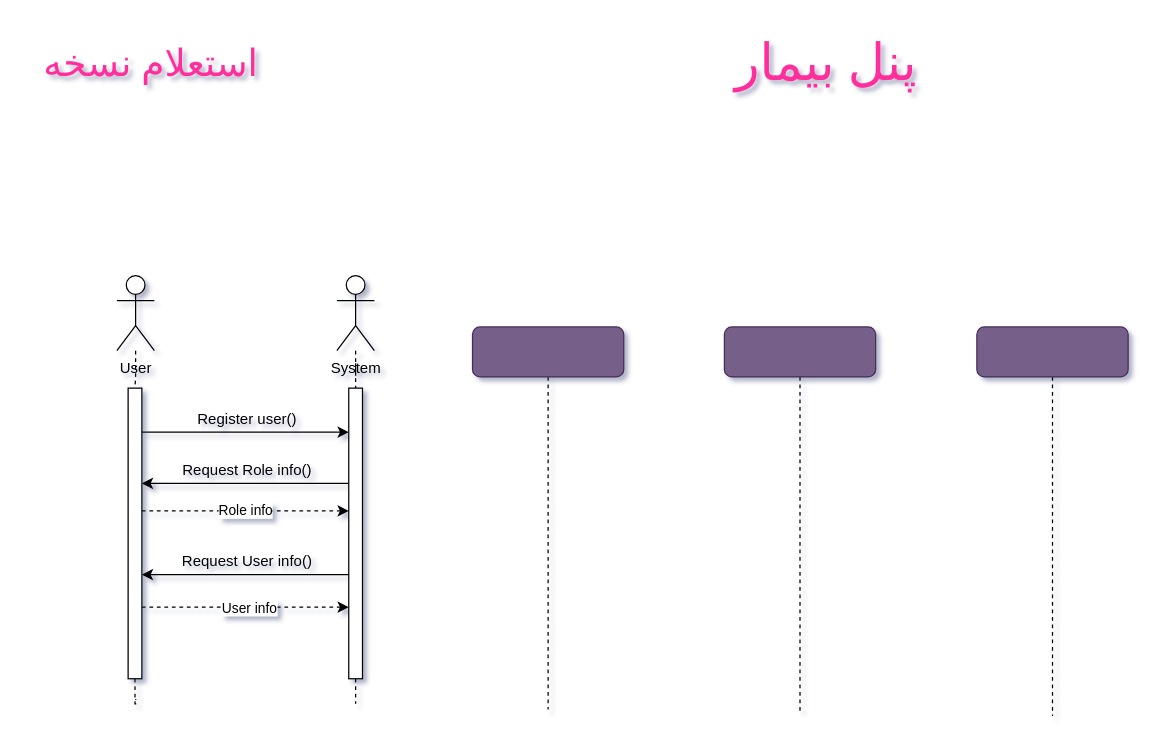
Earlier version of the draw.io diagram page "استعلام نسخه" (12 of 20) of Sequence Diagram/SequenceDiagram.drawio (Matinrezaei/Software-Lab). Source tidied: cells renumbered, new cells numbered last; positions are measured from the earlier drawing's top-left corner, leaving out a move shared by most shapes. Both pictures are drawn from the tidied source at 125%, with x=0, y=0 at pixel (21, 21).
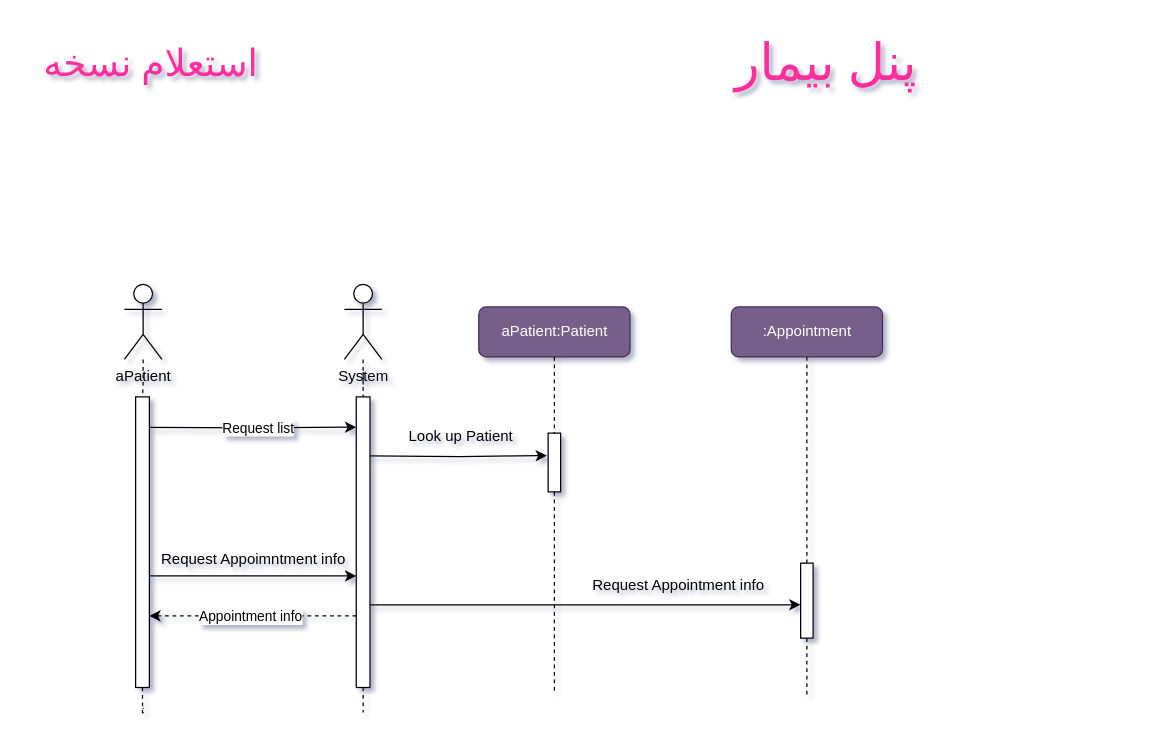
After the change.

The edit, as a diff of the source:
```diff
@@
-    <mxCell id="4" style="edgeStyle=orthogonalEdgeStyle;rounded=0;jettySize=auto;html=1;dashed=1;endArrow=none;endFill=0;" parent="1" edge="1" source="13">
-      <mxGeometry relative="1" as="geometry">
-        <mxPoint x="91" y="541.8" as="targetPoint" />
-      </mxGeometry>
-    </mxCell>
-    <mxCell id="5" value="User" style="shape=umlActor;verticalLabelPosition=bottom;verticalAlign=top;html=1;outlineConnect=0;" parent="1" vertex="1">
-      <mxGeometry x="76" y="203" width="30" height="60" as="geometry" />
-    </mxCell>
-    <mxCell id="6" style="edgeStyle=orthogonalEdgeStyle;rounded=0;jettySize=auto;html=1;dashed=1;endArrow=none;endFill=0;" parent="1" edge="1" source="16">
-      <mxGeometry relative="1" as="geometry">
-        <mxPoint x="267" y="542.2" as="targetPoint" />
-      </mxGeometry>
-    </mxCell>
+    <mxCell id="27" style="edgeStyle=orthogonalEdgeStyle;rounded=0;jettySize=auto;html=1;dashed=1;endArrow=none;endFill=0;" parent="1" edge="1" source="33">
+      <mxGeometry relative="1" as="geometry">
+        <mxPoint x="97" y="548.8" as="targetPoint" />
+      </mxGeometry>
+    </mxCell>
+    <mxCell id="28" value="aPatient" style="shape=umlActor;verticalLabelPosition=bottom;verticalAlign=top;html=1;outlineConnect=0;" parent="1" vertex="1">
+      <mxGeometry x="82" y="210" width="30" height="60" as="geometry" />
+    </mxCell>
+    <mxCell id="29" style="edgeStyle=orthogonalEdgeStyle;rounded=0;jettySize=auto;html=1;dashed=1;endArrow=none;endFill=0;" parent="1" edge="1" source="36">
+      <mxGeometry relative="1" as="geometry">
+        <mxPoint x="273" y="549.2" as="targetPoint" />
+      </mxGeometry>
+    </mxCell>
     <mxCell id="7" value="System" style="shape=umlActor;verticalLabelPosition=bottom;verticalAlign=top;html=1;outlineConnect=0;" parent="1" vertex="1">
-      <mxGeometry x="252" y="203" width="30" height="60" as="geometry" />
+      <mxGeometry x="258" y="210" width="30" height="60" as="geometry" />
     </mxCell>
-    <mxCell id="8" style="edgeStyle=orthogonalEdgeStyle;rounded=0;jettySize=auto;html=1;dashed=1;endArrow=none;endFill=0;" parent="1" edge="1" source="5" target="13">
-      <mxGeometry relative="1" as="geometry" />
-    </mxCell>
-    <mxCell id="9" style="edgeStyle=orthogonalEdgeStyle;rounded=0;orthogonalLoop=1;jettySize=auto;html=1;entryX=0.5;entryY=1;entryDx=0;entryDy=0;" parent="1" edge="1">
-      <mxGeometry relative="1" as="geometry">
-        <mxPoint x="96" y="328.2" as="sourcePoint" />
-        <mxPoint x="261.5" y="328.2" as="targetPoint" />
-      </mxGeometry>
-    </mxCell>
-    <mxCell id="10" value="Role info" style="edgeStyle=orthogonalEdgeStyle;rounded=0;orthogonalLoop=1;jettySize=auto;html=1;entryX=0.5;entryY=1;entryDx=0;entryDy=0;dashed=1;" parent="1" edge="1">
-      <mxGeometry relative="1" as="geometry">
-        <mxPoint x="96" y="391.2" as="sourcePoint" />
-        <mxPoint x="261.5" y="391.2" as="targetPoint" />
-      </mxGeometry>
-    </mxCell>
-    <mxCell id="11" style="edgeStyle=orthogonalEdgeStyle;rounded=0;orthogonalLoop=1;jettySize=auto;html=1;entryX=0.5;entryY=1;entryDx=0;entryDy=0;dashed=1;" parent="1" edge="1">
-      <mxGeometry relative="1" as="geometry">
-        <mxPoint x="96" y="468.2" as="sourcePoint" />
-        <mxPoint x="261.5" y="468.2" as="targetPoint" />
-      </mxGeometry>
-    </mxCell>
-    <mxCell id="12" value="User info" style="edgeLabel;html=1;align=center;verticalAlign=middle;" parent="11" vertex="1">
-      <mxGeometry x="0.03" relative="1" as="geometry" />
-    </mxCell>
-    <mxCell id="13" style="rounded=0;whiteSpace=wrap;html=1;direction=south;" parent="1" vertex="1">
-      <mxGeometry x="85" y="293" width="11" height="232.5" as="geometry" />
-    </mxCell>
-    <mxCell id="14" style="edgeStyle=orthogonalEdgeStyle;rounded=0;jettySize=auto;html=1;dashed=1;endArrow=none;endFill=0;" parent="1" edge="1" source="7" target="16">
-      <mxGeometry relative="1" as="geometry" />
-    </mxCell>
-    <mxCell id="15" style="edgeStyle=orthogonalEdgeStyle;rounded=0;orthogonalLoop=1;jettySize=auto;html=1;entryX=0.5;entryY=0;entryDx=0;entryDy=0;" parent="1" edge="1">
-      <mxGeometry relative="1" as="geometry">
-        <mxPoint x="261.5" y="369.2" as="sourcePoint" />
-        <mxPoint x="96" y="369.2" as="targetPoint" />
-      </mxGeometry>
-    </mxCell>
-    <mxCell id="16" style="rounded=0;whiteSpace=wrap;html=1;direction=south;" parent="1" vertex="1">
-      <mxGeometry x="261.5" y="293" width="11" height="232.5" as="geometry" />
-    </mxCell>
-    <mxCell id="17" style="edgeStyle=orthogonalEdgeStyle;rounded=0;jettySize=auto;html=1;endArrow=none;endFill=0;dashed=1;" parent="1" edge="1" source="18">
-      <mxGeometry relative="1" as="geometry">
-        <mxPoint x="622.5" y="551" as="targetPoint" />
-      </mxGeometry>
-    </mxCell>
-    <mxCell id="18" style="rounded=1;whiteSpace=wrap;html=1;fillColor=#76608a;fontColor=#ffffff;strokeColor=#432D57;" parent="1" vertex="1">
-      <mxGeometry x="562" y="244" width="121" height="40" as="geometry" />
-    </mxCell>
-    <mxCell id="19" style="edgeStyle=orthogonalEdgeStyle;rounded=0;jettySize=auto;html=1;dashed=1;endArrow=none;endFill=0;" parent="1" edge="1" source="20">
-      <mxGeometry relative="1" as="geometry">
-        <mxPoint x="421" y="550" as="targetPoint" />
-      </mxGeometry>
-    </mxCell>
-    <mxCell id="20" style="rounded=1;whiteSpace=wrap;html=1;fillColor=#76608a;fontColor=#ffffff;strokeColor=#432D57;" parent="1" vertex="1">
-      <mxGeometry x="360.5" y="244" width="121" height="40" as="geometry" />
-    </mxCell>
-    <mxCell id="21" style="edgeStyle=orthogonalEdgeStyle;rounded=0;jettySize=auto;html=1;endArrow=none;endFill=0;dashed=1;" parent="1" edge="1" source="22">
-      <mxGeometry relative="1" as="geometry">
-        <mxPoint x="824.5" y="555.3" as="targetPoint" />
-      </mxGeometry>
-    </mxCell>
-    <mxCell id="22" style="rounded=1;whiteSpace=wrap;html=1;fillColor=#76608a;fontColor=#ffffff;strokeColor=#432D57;" parent="1" vertex="1">
-      <mxGeometry x="764" y="244" width="121" height="40" as="geometry" />
-    </mxCell>
-    <mxCell id="23" value="Register user()" style="text;html=1;align=center;verticalAlign=middle;strokeColor=none;fillColor=none;" parent="1" vertex="1">
-      <mxGeometry x="129" y="305" width="101" height="26" as="geometry" />
-    </mxCell>
-    <mxCell id="24" value="Request Role info()" style="text;html=1;align=center;verticalAlign=middle;strokeColor=none;fillColor=none;" parent="1" vertex="1">
-      <mxGeometry x="117" y="346" width="125" height="26" as="geometry" />
-    </mxCell>
-    <mxCell id="25" style="edgeStyle=orthogonalEdgeStyle;rounded=0;orthogonalLoop=1;jettySize=auto;html=1;entryX=0.5;entryY=0;entryDx=0;entryDy=0;" parent="1" edge="1">
-      <mxGeometry relative="1" as="geometry">
-        <mxPoint x="261.5" y="442.2" as="sourcePoint" />
-        <mxPoint x="96" y="442.2" as="targetPoint" />
-      </mxGeometry>
-    </mxCell>
-    <mxCell id="26" value="Request User info()" style="text;html=1;align=center;verticalAlign=middle;strokeColor=none;fillColor=none;" parent="1" vertex="1">
-      <mxGeometry x="117" y="419" width="126" height="26" as="geometry" />
-    </mxCell>
+    <mxCell id="30" style="edgeStyle=orthogonalEdgeStyle;rounded=0;jettySize=auto;html=1;dashed=1;endArrow=none;endFill=0;" parent="1" edge="1" source="28" target="33">
+      <mxGeometry relative="1" as="geometry" />
+    </mxCell>
+    <mxCell id="31" style="edgeStyle=orthogonalEdgeStyle;rounded=0;orthogonalLoop=1;jettySize=auto;html=1;entryX=0.5;entryY=1;entryDx=0;entryDy=0;dashed=1;" parent="1" edge="1">
+      <mxGeometry relative="1" as="geometry">
+        <mxPoint x="267.5" y="475.2" as="sourcePoint" />
+        <mxPoint x="102" y="475.2" as="targetPoint" />
+      </mxGeometry>
+    </mxCell>
+    <mxCell id="32" value="Appointment info" style="edgeLabel;html=1;align=center;verticalAlign=middle;" parent="31" vertex="1">
+      <mxGeometry x="0.03" relative="1" as="geometry" />
+    </mxCell>
+    <mxCell id="33" style="rounded=0;whiteSpace=wrap;html=1;direction=south;" parent="1" vertex="1">
+      <mxGeometry x="91" y="300" width="11" height="232.5" as="geometry" />
+    </mxCell>
+    <mxCell id="34" style="edgeStyle=orthogonalEdgeStyle;rounded=0;jettySize=auto;html=1;dashed=1;endArrow=none;endFill=0;" parent="1" edge="1" source="7" target="36">
+      <mxGeometry relative="1" as="geometry" />
+    </mxCell>
+    <mxCell id="35" style="edgeStyle=orthogonalEdgeStyle;rounded=0;orthogonalLoop=1;jettySize=auto;html=1;" parent="1" edge="1">
+      <mxGeometry relative="1" as="geometry">
+        <mxPoint x="278.5" y="347.2" as="sourcePoint" />
+        <mxPoint x="420" y="347" as="targetPoint" />
+      </mxGeometry>
+    </mxCell>
+    <mxCell id="36" style="rounded=0;whiteSpace=wrap;html=1;direction=south;" parent="1" vertex="1">
+      <mxGeometry x="267.5" y="300" width="11" height="232.5" as="geometry" />
+    </mxCell>
+    <mxCell id="37" style="edgeStyle=orthogonalEdgeStyle;rounded=0;jettySize=auto;html=1;endArrow=none;endFill=0;dashed=1;" parent="1" edge="1" source="44">
+      <mxGeometry relative="1" as="geometry">
+        <mxPoint x="426" y="535" as="targetPoint" />
+      </mxGeometry>
+    </mxCell>
+    <mxCell id="38" value="aPatient:Patient" style="rounded=1;whiteSpace=wrap;html=1;fillColor=#76608a;fontColor=#ffffff;strokeColor=#432D57;" parent="1" vertex="1">
+      <mxGeometry x="365.5" y="228" width="121" height="40" as="geometry" />
+    </mxCell>
+    <mxCell id="39" style="edgeStyle=orthogonalEdgeStyle;rounded=0;jettySize=auto;html=1;endArrow=none;endFill=0;dashed=1;" parent="1" edge="1" source="47">
+      <mxGeometry relative="1" as="geometry">
+        <mxPoint x="628" y="539.3" as="targetPoint" />
+      </mxGeometry>
+    </mxCell>
+    <mxCell id="40" value=":Appointment" style="rounded=1;whiteSpace=wrap;html=1;fillColor=#76608a;fontColor=#ffffff;strokeColor=#432D57;" parent="1" vertex="1">
+      <mxGeometry x="567.5" y="228" width="121" height="40" as="geometry" />
+    </mxCell>
+    <mxCell id="41" style="edgeStyle=orthogonalEdgeStyle;rounded=0;orthogonalLoop=1;jettySize=auto;html=1;entryX=0.5;entryY=0;entryDx=0;entryDy=0;" parent="1" edge="1">
+      <mxGeometry relative="1" as="geometry">
+        <mxPoint x="102" y="443.2" as="sourcePoint" />
+        <mxPoint x="267.5" y="443.2" as="targetPoint" />
+      </mxGeometry>
+    </mxCell>
+    <mxCell id="42" value="Request Appoimntment info" style="text;html=1;align=center;verticalAlign=middle;strokeColor=none;fillColor=none;" parent="1" vertex="1">
+      <mxGeometry x="99" y="417" width="171" height="26" as="geometry" />
+    </mxCell>
+    <mxCell id="43" style="edgeStyle=orthogonalEdgeStyle;rounded=0;jettySize=auto;html=1;endArrow=none;endFill=0;dashed=1;" parent="1" edge="1" source="38" target="44">
+      <mxGeometry relative="1" as="geometry" />
+    </mxCell>
+    <mxCell id="44" style="rounded=0;whiteSpace=wrap;html=1;direction=south;" parent="1" vertex="1">
+      <mxGeometry x="421" y="329" width="10" height="47" as="geometry" />
+    </mxCell>
+    <mxCell id="45" value="Look up Patient" style="text;html=1;align=center;verticalAlign=middle;strokeColor=none;fillColor=none;" parent="1" vertex="1">
+      <mxGeometry x="299" y="319" width="103" height="26" as="geometry" />
+    </mxCell>
+    <mxCell id="46" style="edgeStyle=orthogonalEdgeStyle;rounded=0;jettySize=auto;html=1;endArrow=none;endFill=0;dashed=1;" parent="1" edge="1" source="40" target="47">
+      <mxGeometry relative="1" as="geometry" />
+    </mxCell>
+    <mxCell id="47" style="rounded=0;whiteSpace=wrap;html=1;direction=south;" parent="1" vertex="1">
+      <mxGeometry x="623" y="433" width="10" height="60" as="geometry" />
+    </mxCell>
+    <mxCell id="48" style="edgeStyle=orthogonalEdgeStyle;rounded=0;jettySize=auto;html=1;entryX=0.555;entryY=1.012;entryDx=0;entryDy=0;entryPerimeter=0;" parent="1" edge="1" source="36" target="47">
+      <mxGeometry relative="1" as="geometry">
+        <Array as="points">
+          <mxPoint x="552" y="466" />
+        </Array>
+      </mxGeometry>
+    </mxCell>
+    <mxCell id="49" value="&lt;font style=&quot;font-size: 12px;&quot;&gt;Request Appointment info&lt;br&gt;&lt;/font&gt;" style="text;html=1;align=center;verticalAlign=middle;strokeColor=none;fillColor=none;" parent="1" vertex="1">
+      <mxGeometry x="445" y="438" width="160" height="26" as="geometry" />
+    </mxCell>
+    <mxCell id="50" style="edgeStyle=orthogonalEdgeStyle;rounded=0;orthogonalLoop=1;jettySize=auto;html=1;entryX=0.5;entryY=1;entryDx=0;entryDy=0;" parent="1" edge="1">
+      <mxGeometry relative="1" as="geometry">
+        <mxPoint x="102" y="324.3" as="sourcePoint" />
+        <mxPoint x="267.5" y="324.2" as="targetPoint" />
+      </mxGeometry>
+    </mxCell>
+    <mxCell id="51" value="Request list" style="edgeLabel;html=1;align=center;verticalAlign=middle;" parent="50" vertex="1">
+      <mxGeometry x="0.05" relative="1" as="geometry" />
+    </mxCell>
```
